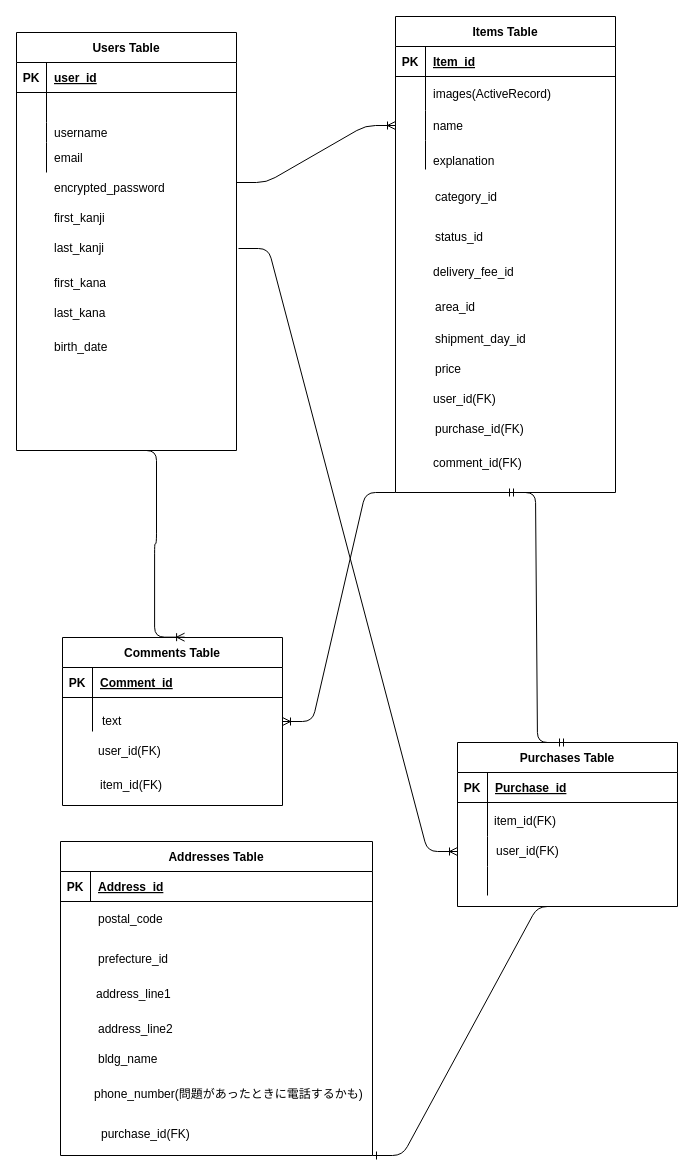
The draw.io diagram furima.drawio in hiroonrails/furima-34323, before the edit. Source tidied: cells renumbered, new cells numbered last; positions are measured from the earlier drawing's top-left corner, leaving out a move shared by most shapes. Both pictures are drawn from the tidied source at 100%, with x=0, y=0 at pixel (16, 16).
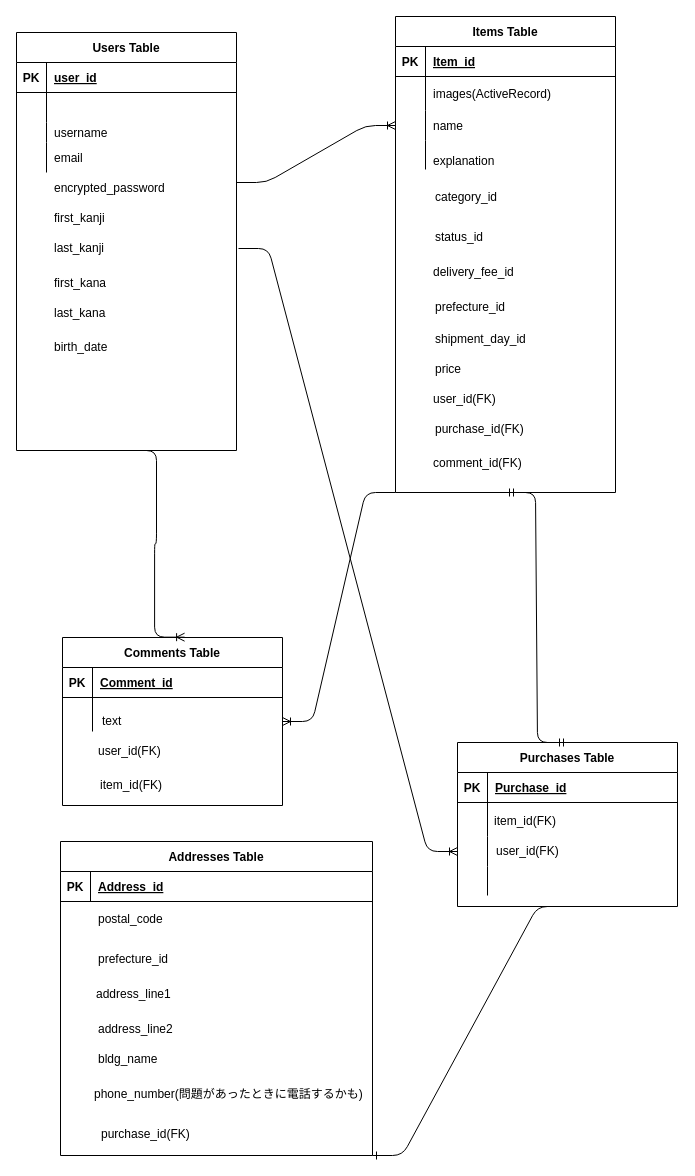
The same page after the edit.

Commit message (it also covers changes not shown here):
DB設計(修正5回目)

Diff of the diagram source:
```diff
@@
-    <mxCell id="38" value="area_id" style="shape=partialRectangle;fillColor=none;top=0;left=0;bottom=0;right=0;align=left;spacingLeft=6;overflow=hidden;" parent="1" vertex="1">
+    <mxCell id="38" value="prefecture_id" style="shape=partialRectangle;fillColor=none;top=0;left=0;bottom=0;right=0;align=left;spacingLeft=6;overflow=hidden;" parent="1" vertex="1">
       <mxGeometry x="411" y="275" width="190" height="30" as="geometry" />
     </mxCell>
```
